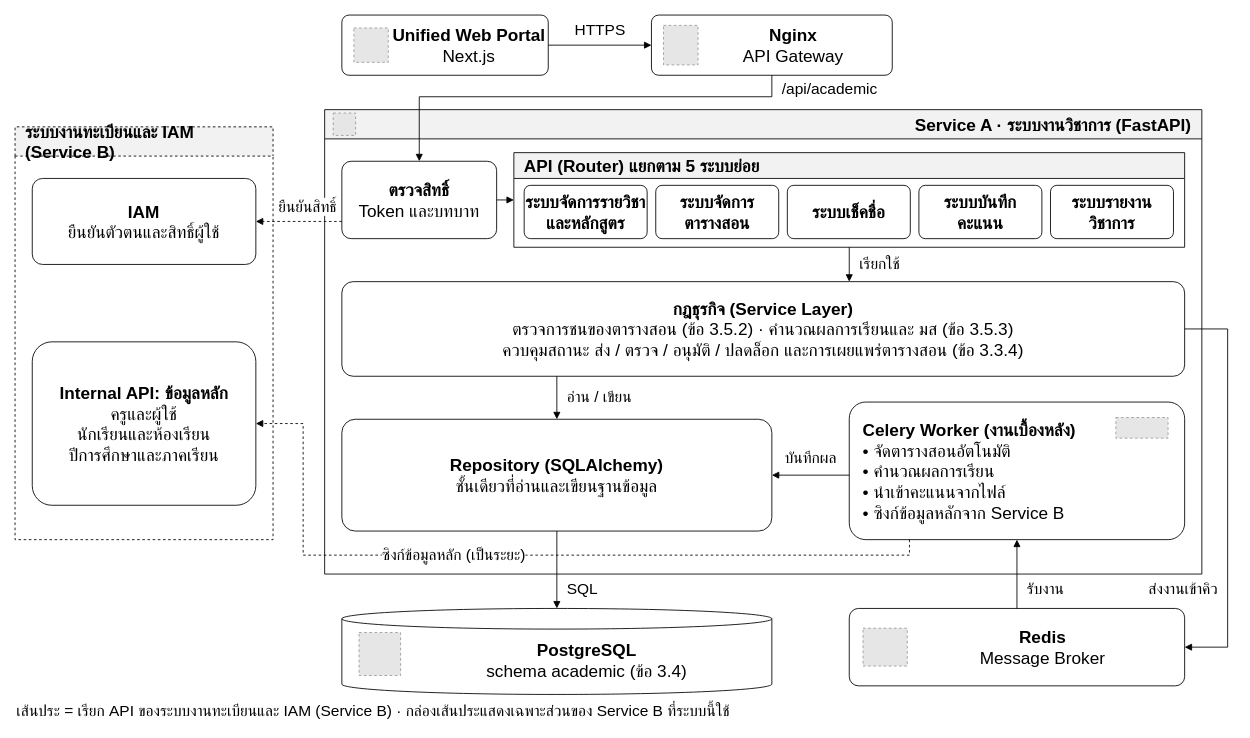
polymercatzz/Academic keeps this draw.io diagram as docs/architecture/system-architecture.drawio. Above is the earlier version. Source tidied: cells renumbered, new cells numbered last; positions are measured from the earlier drawing's top-left corner, leaving out a move shared by most shapes. Both pictures are drawn from the tidied source at 86%, with x=0, y=0 at pixel (15, 15). Pictures stored in the file or linked from it are replaced by grey dashed boxes.
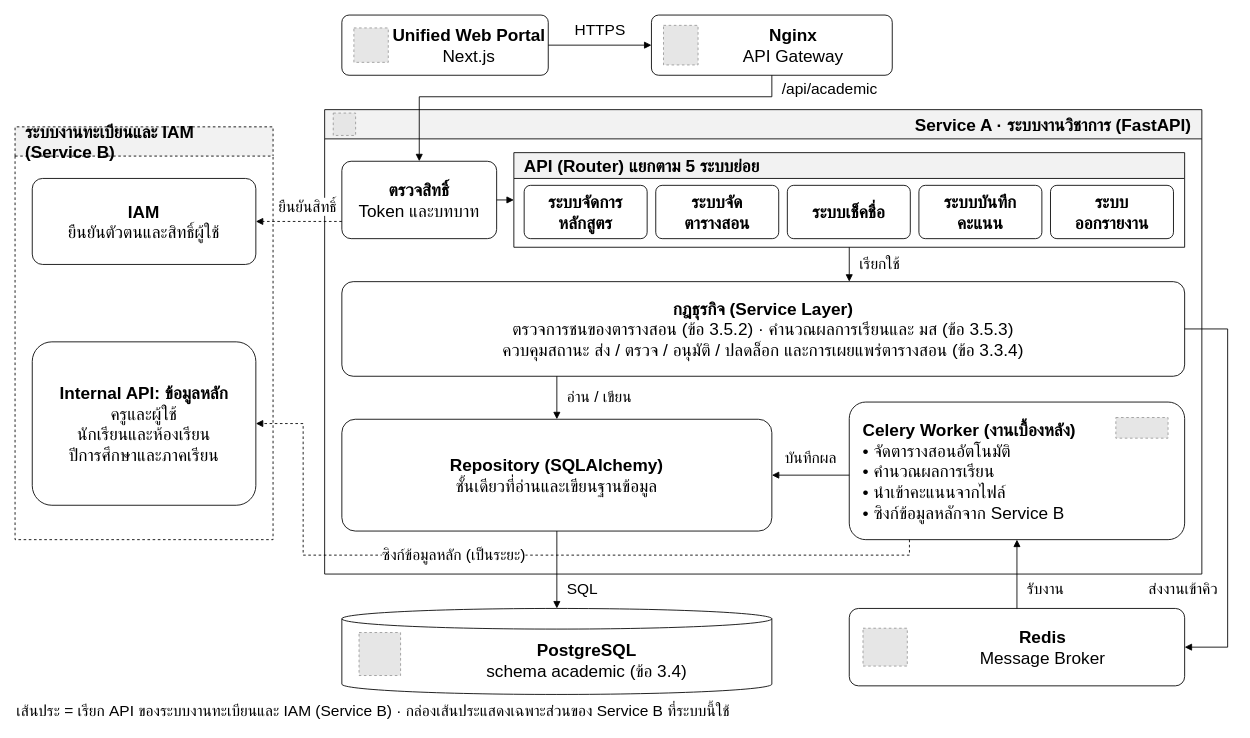
The same diagram, later.

What changed in the source:
```diff
@@
-    <mxCell id="14" value="&lt;b&gt;ระบบจัดการรายวิชา&lt;/b&gt;&lt;br&gt;&lt;b&gt;และหลักสูตร&lt;/b&gt;" style="rounded=1;arcSize=12;fillColor=#FFFFFF;html=1;fontFamily=TH SarabunPSK;fontSize=20;fontColor=#000000;strokeColor=#000000;whiteSpace=wrap;" parent="1" vertex="1">
+    <mxCell id="14" value="&lt;b&gt;ระบบจัดการ&lt;/b&gt;&lt;br&gt;&lt;b&gt;หลักสูตร&lt;/b&gt;" style="rounded=1;arcSize=12;fillColor=#FFFFFF;html=1;fontFamily=TH SarabunPSK;fontSize=20;fontColor=#000000;strokeColor=#000000;whiteSpace=wrap;" parent="1" vertex="1">
       <mxGeometry x="592" y="198" width="143" height="62" as="geometry" />
     </mxCell>
-    <mxCell id="15" value="&lt;b&gt;ระบบจัดการ&lt;/b&gt;&lt;br&gt;&lt;b&gt;ตารางสอน&lt;/b&gt;" style="rounded=1;arcSize=12;fillColor=#FFFFFF;html=1;fontFamily=TH SarabunPSK;fontSize=20;fontColor=#000000;strokeColor=#000000;whiteSpace=wrap;" parent="1" vertex="1">
+    <mxCell id="15" value="&lt;b&gt;ระบบจัด&lt;/b&gt;&lt;br&gt;&lt;b&gt;ตารางสอน&lt;/b&gt;" style="rounded=1;arcSize=12;fillColor=#FFFFFF;html=1;fontFamily=TH SarabunPSK;fontSize=20;fontColor=#000000;strokeColor=#000000;whiteSpace=wrap;" parent="1" vertex="1">
       <mxGeometry x="745" y="198" width="143" height="62" as="geometry" />
     </mxCell>
@@
-    <mxCell id="18" value="&lt;b&gt;ระบบรายงาน&lt;/b&gt;&lt;br&gt;&lt;b&gt;วิชาการ&lt;/b&gt;" style="rounded=1;arcSize=12;fillColor=#FFFFFF;html=1;fontFamily=TH SarabunPSK;fontSize=20;fontColor=#000000;strokeColor=#000000;whiteSpace=wrap;" parent="1" vertex="1">
+    <mxCell id="18" value="&lt;b&gt;ระบบ&lt;/b&gt;&lt;br&gt;&lt;b&gt;ออกรายงาน&lt;/b&gt;" style="rounded=1;arcSize=12;fillColor=#FFFFFF;html=1;fontFamily=TH SarabunPSK;fontSize=20;fontColor=#000000;strokeColor=#000000;whiteSpace=wrap;" parent="1" vertex="1">
       <mxGeometry x="1204" y="198" width="143" height="62" as="geometry" />
     </mxCell>
```
